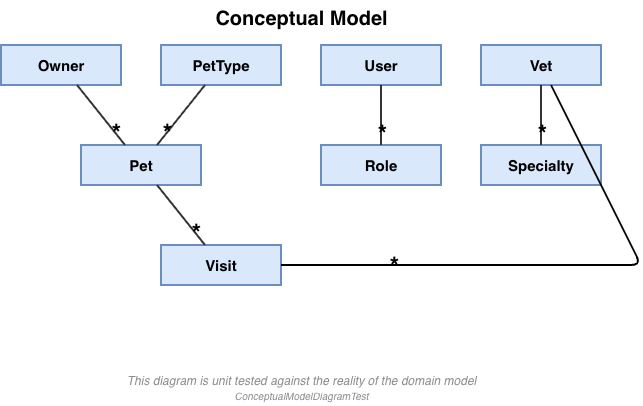
Before: petclinic-backend/docs/ConceptualModel.drawio.png, a diagram exported from draw.io (mlopes95/petclinic). Source tidied: cells renumbered, new cells last; positions are measured from the earlier drawing's top-left corner, leaving out a move shared by most shapes. Source of this version:
```xml
<mxGraphModel>
  <root>
    <mxCell id="0" />
    <mxCell id="1" parent="0" />
    <mxCell id="2" value="Conceptual Model" style="text;html=1;fontSize=20;fontStyle=1;align=center;" parent="1" vertex="1">
      <mxGeometry x="110" width="380" height="30" as="geometry" />
    </mxCell>
    <mxCell id="3" value="Owner" style="rounded=0;whiteSpace=wrap;html=1;fillColor=#dae8fc;strokeColor=#6c8ebf;fontSize=15;fontStyle=1;strokeWidth=2;" parent="1" vertex="1">
      <mxGeometry y="45" width="120" height="40" as="geometry" />
    </mxCell>
    <mxCell id="4" value="PetType" style="rounded=0;whiteSpace=wrap;html=1;fillColor=#dae8fc;strokeColor=#6c8ebf;fontSize=15;fontStyle=1;strokeWidth=2;" parent="1" vertex="1">
      <mxGeometry x="160" y="45" width="120" height="40" as="geometry" />
    </mxCell>
    <mxCell id="5" value="User" style="rounded=0;whiteSpace=wrap;html=1;fillColor=#dae8fc;strokeColor=#6c8ebf;fontSize=15;fontStyle=1;strokeWidth=2;" parent="1" vertex="1">
      <mxGeometry x="320" y="45" width="120" height="40" as="geometry" />
    </mxCell>
    <mxCell id="6" value="Vet" style="rounded=0;whiteSpace=wrap;html=1;fillColor=#dae8fc;strokeColor=#6c8ebf;fontSize=15;fontStyle=1;strokeWidth=2;" parent="1" vertex="1">
      <mxGeometry x="480" y="45" width="120" height="40" as="geometry" />
    </mxCell>
    <mxCell id="7" value="Pet" style="rounded=0;whiteSpace=wrap;html=1;fillColor=#dae8fc;strokeColor=#6c8ebf;fontSize=15;fontStyle=1;strokeWidth=2;" parent="1" vertex="1">
      <mxGeometry x="80" y="145" width="120" height="40" as="geometry" />
    </mxCell>
    <mxCell id="8" value="Role" style="rounded=0;whiteSpace=wrap;html=1;fillColor=#dae8fc;strokeColor=#6c8ebf;fontSize=15;fontStyle=1;strokeWidth=2;" parent="1" vertex="1">
      <mxGeometry x="320" y="145" width="120" height="40" as="geometry" />
    </mxCell>
    <mxCell id="9" value="Specialty" style="rounded=0;whiteSpace=wrap;html=1;fillColor=#dae8fc;strokeColor=#6c8ebf;fontSize=15;fontStyle=1;strokeWidth=2;" parent="1" vertex="1">
      <mxGeometry x="480" y="145" width="120" height="40" as="geometry" />
    </mxCell>
    <mxCell id="10" value="Visit" style="rounded=0;whiteSpace=wrap;html=1;fillColor=#dae8fc;strokeColor=#6c8ebf;fontSize=15;fontStyle=1;strokeWidth=2;" parent="1" vertex="1">
      <mxGeometry x="160" y="245" width="120" height="40" as="geometry" />
    </mxCell>
    <mxCell id="11" style="endArrow=none;html=1;strokeColor=#333333;fontSize=12;strokeWidth=2;" parent="1" edge="1" source="3" target="7">
      <mxGeometry relative="1" as="geometry" />
    </mxCell>
    <mxCell id="12" value="*" style="edgeLabel;html=1;align=center;verticalAlign=middle;fontSize=24;fontStyle=1;labelBackgroundColor=none;" parent="11" vertex="1">
      <mxGeometry x="0.6" relative="1" as="geometry" />
    </mxCell>
    <mxCell id="13" style="endArrow=none;html=1;strokeColor=#333333;fontSize=12;strokeWidth=2;" parent="1" edge="1" source="4" target="7">
      <mxGeometry relative="1" as="geometry" />
    </mxCell>
    <mxCell id="14" value="*" style="edgeLabel;html=1;align=center;verticalAlign=middle;fontSize=24;fontStyle=1;labelBackgroundColor=none;" parent="13" vertex="1">
      <mxGeometry x="0.6" relative="1" as="geometry" />
    </mxCell>
    <mxCell id="15" style="endArrow=none;html=1;strokeColor=#333333;fontSize=12;strokeWidth=2;" parent="1" edge="1" source="7" target="10">
      <mxGeometry relative="1" as="geometry" />
    </mxCell>
    <mxCell id="16" value="*" style="edgeLabel;html=1;align=center;verticalAlign=middle;fontSize=24;fontStyle=1;labelBackgroundColor=none;" parent="15" vertex="1">
      <mxGeometry x="0.6" relative="1" as="geometry" />
    </mxCell>
    <mxCell id="17" style="endArrow=none;html=1;strokeColor=#333333;fontSize=12;strokeWidth=2;" parent="1" edge="1" source="5" target="8">
      <mxGeometry relative="1" as="geometry" />
    </mxCell>
    <mxCell id="18" value="*" style="edgeLabel;html=1;align=center;verticalAlign=middle;fontSize=24;fontStyle=1;labelBackgroundColor=none;" parent="17" vertex="1">
      <mxGeometry x="0.6" relative="1" as="geometry" />
    </mxCell>
    <mxCell id="19" style="endArrow=none;html=1;strokeColor=#333333;fontSize=12;strokeWidth=2;" parent="1" edge="1" source="6" target="9">
      <mxGeometry relative="1" as="geometry" />
    </mxCell>
    <mxCell id="20" value="*" style="edgeLabel;html=1;align=center;verticalAlign=middle;fontSize=24;fontStyle=1;labelBackgroundColor=none;" parent="19" vertex="1">
      <mxGeometry x="0.6" relative="1" as="geometry" />
    </mxCell>
    <mxCell id="21" style="endArrow=none;html=1;strokeWidth=2;fontSize=12;" parent="1" edge="1" source="6" target="10">
      <mxGeometry relative="1" as="geometry">
        <Array as="points">
          <mxPoint x="640" y="265" />
        </Array>
      </mxGeometry>
    </mxCell>
    <mxCell id="22" value="*" style="edgeLabel;html=1;align=center;verticalAlign=middle;fontSize=24;fontStyle=1;labelBackgroundColor=none;" parent="21" vertex="1">
      <mxGeometry x="0.6" relative="1" as="geometry" />
    </mxCell>
    <mxCell id="23" value="This diagram is unit tested against the reality of the domain model&lt;br&gt;&lt;font style=&quot;font-size: 10px&quot;&gt;ConceptualModelDiagramTest&lt;/font&gt;" style="text;html=1;fontSize=12;fontStyle=2;align=center;verticalAlign=middle;fontColor=#8C8C8C;" parent="1" vertex="1">
      <mxGeometry y="370" width="600" height="36" as="geometry" />
    </mxCell>
  </root>
</mxGraphModel>
```
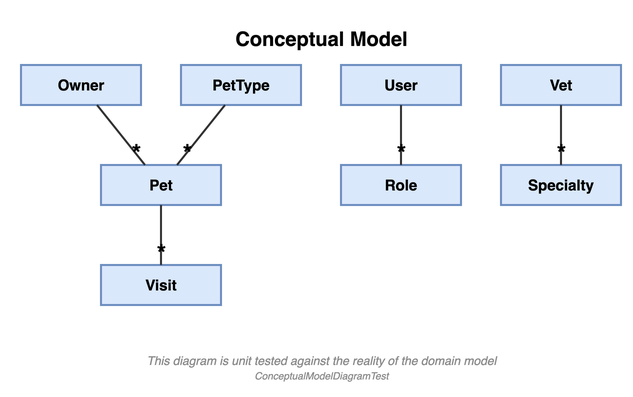
Later version of the same file.

The edit, as a diff of the source:
```diff
@@ -27,7 +27,7 @@
       <mxGeometry x="480" y="145" width="120" height="40" as="geometry" />
     </mxCell>
     <mxCell id="10" value="Visit" style="rounded=0;whiteSpace=wrap;html=1;fillColor=#dae8fc;strokeColor=#6c8ebf;fontSize=15;fontStyle=1;strokeWidth=2;" parent="1" vertex="1">
-      <mxGeometry x="160" y="245" width="120" height="40" as="geometry" />
+      <mxGeometry x="80" y="245" width="120" height="40" as="geometry" />
     </mxCell>
     <mxCell id="11" style="endArrow=none;html=1;strokeColor=#333333;fontSize=12;strokeWidth=2;" parent="1" edge="1" source="3" target="7">
       <mxGeometry relative="1" as="geometry" />
@@ -59,18 +59,8 @@
     <mxCell id="20" value="*" style="edgeLabel;html=1;align=center;verticalAlign=middle;fontSize=24;fontStyle=1;labelBackgroundColor=none;" parent="19" vertex="1">
       <mxGeometry x="0.6" relative="1" as="geometry" />
     </mxCell>
-    <mxCell id="21" style="endArrow=none;html=1;strokeWidth=2;fontSize=12;" parent="1" edge="1" source="6" target="10">
-      <mxGeometry relative="1" as="geometry">
-        <Array as="points">
-          <mxPoint x="640" y="265" />
-        </Array>
-      </mxGeometry>
-    </mxCell>
-    <mxCell id="22" value="*" style="edgeLabel;html=1;align=center;verticalAlign=middle;fontSize=24;fontStyle=1;labelBackgroundColor=none;" parent="21" vertex="1">
-      <mxGeometry x="0.6" relative="1" as="geometry" />
-    </mxCell>
     <mxCell id="23" value="This diagram is unit tested against the reality of the domain model&lt;br&gt;&lt;font style=&quot;font-size: 10px&quot;&gt;ConceptualModelDiagramTest&lt;/font&gt;" style="text;html=1;fontSize=12;fontStyle=2;align=center;verticalAlign=middle;fontColor=#8C8C8C;" parent="1" vertex="1">
-      <mxGeometry y="370" width="600" height="36" as="geometry" />
+      <mxGeometry y="330" width="600" height="36" as="geometry" />
     </mxCell>
   </root>
 </mxGraphModel>
```
